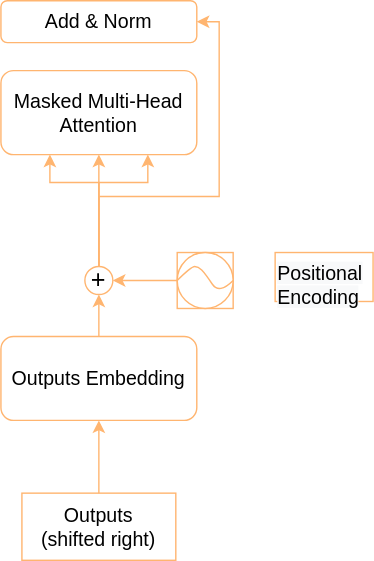
Before: images/Transformer_MastedMultiHeadAttention.svg, a diagram exported from draw.io (caosheng01/Learn_LLM_from_scratch). Source tidied: cells renumbered, new cells last; positions are measured from the earlier drawing's top-left corner, leaving out a move shared by most shapes.
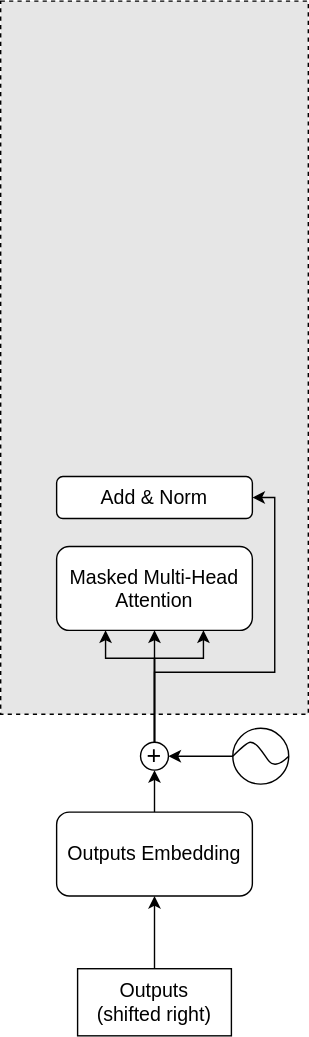
Above is the later version.

What changed in the source:
```diff
@@ -2,76 +2,76 @@
   <root>
     <mxCell id="0" />
     <mxCell id="1" parent="0" />
-    <mxCell id="2" style="edgeStyle=orthogonalEdgeStyle;rounded=0;jettySize=auto;html=1;exitX=0.5;exitY=0;exitDx=0;exitDy=0;entryX=0.5;entryY=1;entryDx=0;entryDy=0;strokeColor=#FFB570;" parent="1" edge="1" source="3" target="13">
-      <mxGeometry relative="1" as="geometry" />
+    <mxCell id="2" style="rounded=0;whiteSpace=wrap;html=1;dashed=1;fillColor=#E6E6E6;" parent="1" vertex="1">
+      <mxGeometry x="-40" y="-340" width="220" height="510" as="geometry" />
     </mxCell>
-    <mxCell id="3" value="&lt;font style=&quot;font-size: 14px&quot;&gt;Outputs Embedding&lt;/font&gt;" style="rounded=1;whiteSpace=wrap;html=1;strokeColor=#FFB570;" parent="1" vertex="1">
-      <mxGeometry y="240" width="140" height="60" as="geometry" />
+    <mxCell id="3" style="edgeStyle=orthogonalEdgeStyle;rounded=0;jettySize=auto;html=1;exitX=0.5;exitY=0;exitDx=0;exitDy=0;entryX=0.5;entryY=1;entryDx=0;entryDy=0;" parent="1" edge="1" source="4" target="14">
+      <mxGeometry relative="1" as="geometry" />
     </mxCell>
-    <mxCell id="4" style="edgeStyle=orthogonalEdgeStyle;rounded=0;jettySize=auto;html=1;exitX=0.5;exitY=0;exitDx=0;exitDy=0;entryX=0.5;entryY=1;entryDx=0;entryDy=0;strokeColor=#FFB570;" parent="1" edge="1" source="5" target="3">
-      <mxGeometry relative="1" as="geometry" />
+    <mxCell id="4" value="&lt;font style=&quot;font-size: 14px&quot;&gt;Outputs Embedding&lt;/font&gt;" style="rounded=1;whiteSpace=wrap;html=1;" parent="1" vertex="1">
+      <mxGeometry y="240" width="140" height="60" as="geometry" />
     </mxCell>
-    <mxCell id="5" value="&lt;font style=&quot;font-size: 14px&quot;&gt;Outputs&lt;br&gt;(shifted right)&lt;br&gt;&lt;/font&gt;" style="text;html=1;fillColor=none;align=center;verticalAlign=middle;whiteSpace=wrap;rounded=0;strokeColor=#FFB570;" parent="1" vertex="1">
-      <mxGeometry x="15" y="352" width="110" height="48" as="geometry" />
+    <mxCell id="5" style="edgeStyle=orthogonalEdgeStyle;rounded=0;jettySize=auto;html=1;exitX=0.5;exitY=0;exitDx=0;exitDy=0;entryX=0.5;entryY=1;entryDx=0;entryDy=0;" parent="1" edge="1" source="6" target="4">
+      <mxGeometry relative="1" as="geometry" />
     </mxCell>
-    <mxCell id="6" style="group;strokeColor=#FFB570;" parent="1" vertex="1">
-      <mxGeometry x="126" y="180" width="40" height="40" as="geometry" />
+    <mxCell id="6" value="&lt;font style=&quot;font-size: 14px&quot;&gt;Outputs&lt;br&gt;(shifted right)&lt;br&gt;&lt;/font&gt;" style="text;html=1;fillColor=none;align=center;verticalAlign=middle;whiteSpace=wrap;rounded=0;strokeColor=#000000;" parent="1" vertex="1">
+      <mxGeometry x="15" y="352" width="110" height="48" as="geometry" />
     </mxCell>
-    <mxCell id="7" style="ellipse;whiteSpace=wrap;html=1;strokeColor=#FFB570;" parent="6" vertex="1">
-      <mxGeometry width="40" height="40" as="geometry" />
+    <mxCell id="7" style="group;" parent="1" vertex="1">
+      <mxGeometry x="126" y="180" width="40" height="40" as="geometry" />
     </mxCell>
-    <mxCell id="8" style="curved=1;endArrow=none;html=1;rounded=0;entryX=1;entryY=0.5;entryDx=0;entryDy=0;exitX=0;exitY=0.5;exitDx=0;exitDy=0;endFill=0;strokeColor=#FFB570;" parent="6" edge="1" source="7" target="7">
-      <mxGeometry relative="1" as="geometry">
-        <Array as="points">
-          <mxPoint x="10" y="10" />
-          <mxPoint x="15" y="10" />
-          <mxPoint x="20" y="15" />
-          <mxPoint x="30" y="30" />
-        </Array>
-      </mxGeometry>
+    <mxCell id="8" style="ellipse;whiteSpace=wrap;html=1;" parent="7" vertex="1">
+      <mxGeometry width="40" height="40" as="geometry" />
     </mxCell>
-    <mxCell id="9" style="edgeStyle=orthogonalEdgeStyle;rounded=0;jettySize=auto;html=1;exitX=0.5;exitY=0;exitDx=0;exitDy=0;entryX=0.5;entryY=1;entryDx=0;entryDy=0;strokeColor=#FFB570;" parent="1" edge="1" source="13" target="14">
-      <mxGeometry relative="1" as="geometry" />
+    <mxCell id="9" style="curved=1;endArrow=none;html=1;rounded=0;entryX=1;entryY=0.5;entryDx=0;entryDy=0;exitX=0;exitY=0.5;exitDx=0;exitDy=0;endFill=0;" parent="7" edge="1" source="8" target="8">
+      <mxGeometry relative="1" as="geometry">
+        <Array as="points">
+          <mxPoint x="10" y="10" />
+          <mxPoint x="15" y="10" />
+          <mxPoint x="20" y="15" />
+          <mxPoint x="30" y="30" />
+        </Array>
+      </mxGeometry>
     </mxCell>
-    <mxCell id="10" style="edgeStyle=orthogonalEdgeStyle;rounded=0;jettySize=auto;html=1;exitX=0.5;exitY=0;exitDx=0;exitDy=0;entryX=0.25;entryY=1;entryDx=0;entryDy=0;strokeColor=#FFB570;" parent="1" edge="1" source="13" target="14">
-      <mxGeometry relative="1" as="geometry">
-        <Array as="points">
-          <mxPoint x="70" y="130" />
-          <mxPoint x="35" y="130" />
-        </Array>
-      </mxGeometry>
+    <mxCell id="10" style="edgeStyle=orthogonalEdgeStyle;rounded=0;jettySize=auto;html=1;exitX=0.5;exitY=0;exitDx=0;exitDy=0;entryX=0.5;entryY=1;entryDx=0;entryDy=0;" parent="1" edge="1" source="14" target="15">
+      <mxGeometry relative="1" as="geometry" />
     </mxCell>
-    <mxCell id="11" style="edgeStyle=orthogonalEdgeStyle;rounded=0;jettySize=auto;html=1;exitX=0.5;exitY=0;exitDx=0;exitDy=0;entryX=0.75;entryY=1;entryDx=0;entryDy=0;strokeColor=#FFB570;" parent="1" edge="1" source="13" target="14">
+    <mxCell id="11" style="edgeStyle=orthogonalEdgeStyle;rounded=0;jettySize=auto;html=1;exitX=0.5;exitY=0;exitDx=0;exitDy=0;entryX=0.25;entryY=1;entryDx=0;entryDy=0;" parent="1" edge="1" source="14" target="15">
       <mxGeometry relative="1" as="geometry">
         <Array as="points">
           <mxPoint x="70" y="130" />
-          <mxPoint x="105" y="130" />
+          <mxPoint x="35" y="130" />
         </Array>
       </mxGeometry>
     </mxCell>
-    <mxCell id="12" style="edgeStyle=orthogonalEdgeStyle;rounded=0;jettySize=auto;html=1;exitX=0.5;exitY=0;exitDx=0;exitDy=0;entryX=1;entryY=0.5;entryDx=0;entryDy=0;fillColor=#ffe6cc;strokeColor=#FFB570;" parent="1" edge="1" source="13" target="15">
+    <mxCell id="12" style="edgeStyle=orthogonalEdgeStyle;rounded=0;jettySize=auto;html=1;exitX=0.5;exitY=0;exitDx=0;exitDy=0;entryX=0.75;entryY=1;entryDx=0;entryDy=0;" parent="1" edge="1" source="14" target="15">
       <mxGeometry relative="1" as="geometry">
         <Array as="points">
-          <mxPoint x="70" y="140" />
-          <mxPoint x="156" y="140" />
-          <mxPoint x="156" y="15" />
+          <mxPoint x="70" y="130" />
+          <mxPoint x="105" y="130" />
         </Array>
       </mxGeometry>
     </mxCell>
-    <mxCell id="13" value="&lt;font style=&quot;font-size: 18px;&quot;&gt;+&lt;/font&gt;" style="ellipse;whiteSpace=wrap;html=1;strokeColor=#FFB570;" parent="1" vertex="1">
-      <mxGeometry x="60" y="190" width="20" height="20" as="geometry" />
+    <mxCell id="13" style="edgeStyle=orthogonalEdgeStyle;rounded=0;jettySize=auto;html=1;exitX=0.5;exitY=0;exitDx=0;exitDy=0;entryX=1;entryY=0.5;entryDx=0;entryDy=0;fillColor=#ffe6cc;" parent="1" edge="1" source="14" target="16">
+      <mxGeometry relative="1" as="geometry">
+        <Array as="points">
+          <mxPoint x="70" y="140" />
+          <mxPoint x="156" y="140" />
+          <mxPoint x="156" y="15" />
+        </Array>
+      </mxGeometry>
     </mxCell>
-    <mxCell id="14" value="&lt;font style=&quot;font-size: 14px&quot;&gt;Masked Multi-Head Attention&lt;/font&gt;" style="rounded=1;whiteSpace=wrap;html=1;strokeColor=#FFB570;" parent="1" vertex="1">
-      <mxGeometry y="50" width="140" height="60" as="geometry" />
+    <mxCell id="14" value="&lt;font style=&quot;font-size: 18px&quot;&gt;+&lt;/font&gt;" style="ellipse;whiteSpace=wrap;html=1;" parent="1" vertex="1">
+      <mxGeometry x="60" y="190" width="20" height="20" as="geometry" />
     </mxCell>
-    <mxCell id="15" value="&lt;font style=&quot;font-size: 14px;&quot;&gt;Add &amp;amp; Norm&lt;/font&gt;" style="rounded=1;whiteSpace=wrap;html=1;fillColor=#FFFFFF;strokeColor=#FFB570;" parent="1" vertex="1">
-      <mxGeometry width="140" height="30" as="geometry" />
+    <mxCell id="15" value="&lt;font style=&quot;font-size: 14px&quot;&gt;Masked Multi-Head Attention&lt;/font&gt;" style="rounded=1;whiteSpace=wrap;html=1;" parent="1" vertex="1">
+      <mxGeometry y="50" width="140" height="60" as="geometry" />
     </mxCell>
-    <mxCell id="16" style="edgeStyle=orthogonalEdgeStyle;rounded=0;jettySize=auto;html=1;exitX=0;exitY=0.5;exitDx=0;exitDy=0;entryX=1;entryY=0.5;entryDx=0;entryDy=0;strokeColor=#FFB570;" parent="1" edge="1" source="7" target="13">
-      <mxGeometry relative="1" as="geometry" />
+    <mxCell id="16" value="&lt;font style=&quot;font-size: 14px;&quot;&gt;Add &amp;amp; Norm&lt;/font&gt;" style="rounded=1;whiteSpace=wrap;html=1;fillColor=#FFFFFF;" parent="1" vertex="1">
+      <mxGeometry width="140" height="30" as="geometry" />
     </mxCell>
-    <mxCell id="17" value="&lt;span style=&quot;color: rgb(0 , 0 , 0) ; font-family: &amp;#34;helvetica&amp;#34; ; font-size: 14px ; font-style: normal ; font-weight: 400 ; letter-spacing: normal ; text-align: center ; text-indent: 0px ; text-transform: none ; word-spacing: 0px ; background-color: rgb(248 , 249 , 250) ; display: inline ; float: none&quot;&gt;Positional&lt;br&gt;Encoding&lt;br&gt;&lt;/span&gt;" style="text;whiteSpace=wrap;html=1;strokeColor=#FFB570;" parent="1" vertex="1">
-      <mxGeometry x="196" y="180" width="70" height="35" as="geometry" />
+    <mxCell id="17" style="edgeStyle=orthogonalEdgeStyle;rounded=0;jettySize=auto;html=1;exitX=0;exitY=0.5;exitDx=0;exitDy=0;entryX=1;entryY=0.5;entryDx=0;entryDy=0;" parent="1" edge="1" source="8" target="14">
+      <mxGeometry relative="1" as="geometry" />
     </mxCell>
   </root>
 </mxGraphModel>
```
